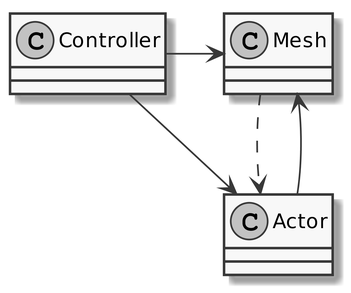
hoelzl/python-courses keeps this PlantUML diagram as En/Slides/module_210_design_patterns/img/PlantUML/game-uml-01.png. Above is the earlier version.
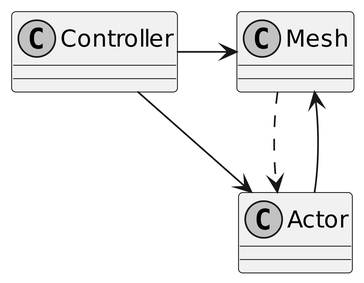
The same diagram one commit later.

Diff of the diagram source:
```diff
@@ -1,9 +1,11 @@
-@startuml
+@startuml game-uml-01
 skinparamlocked dpi 600
 skinparamlocked monochrome true
-skinparamlocked classFontName DejaVu Sans
-skinparamlocked classAttributeFontName DejaVu Sans
-class Controller -> Mesh
+skinparamlocked classFontName "DejaVu Sans"
+skinparamlocked classAttributeFontName "DejaVu Sans"
+
+class Controller{}
+Controller -> Mesh
 Controller --> Actor
 Actor --> Mesh
 Mesh ..> Actor
```
